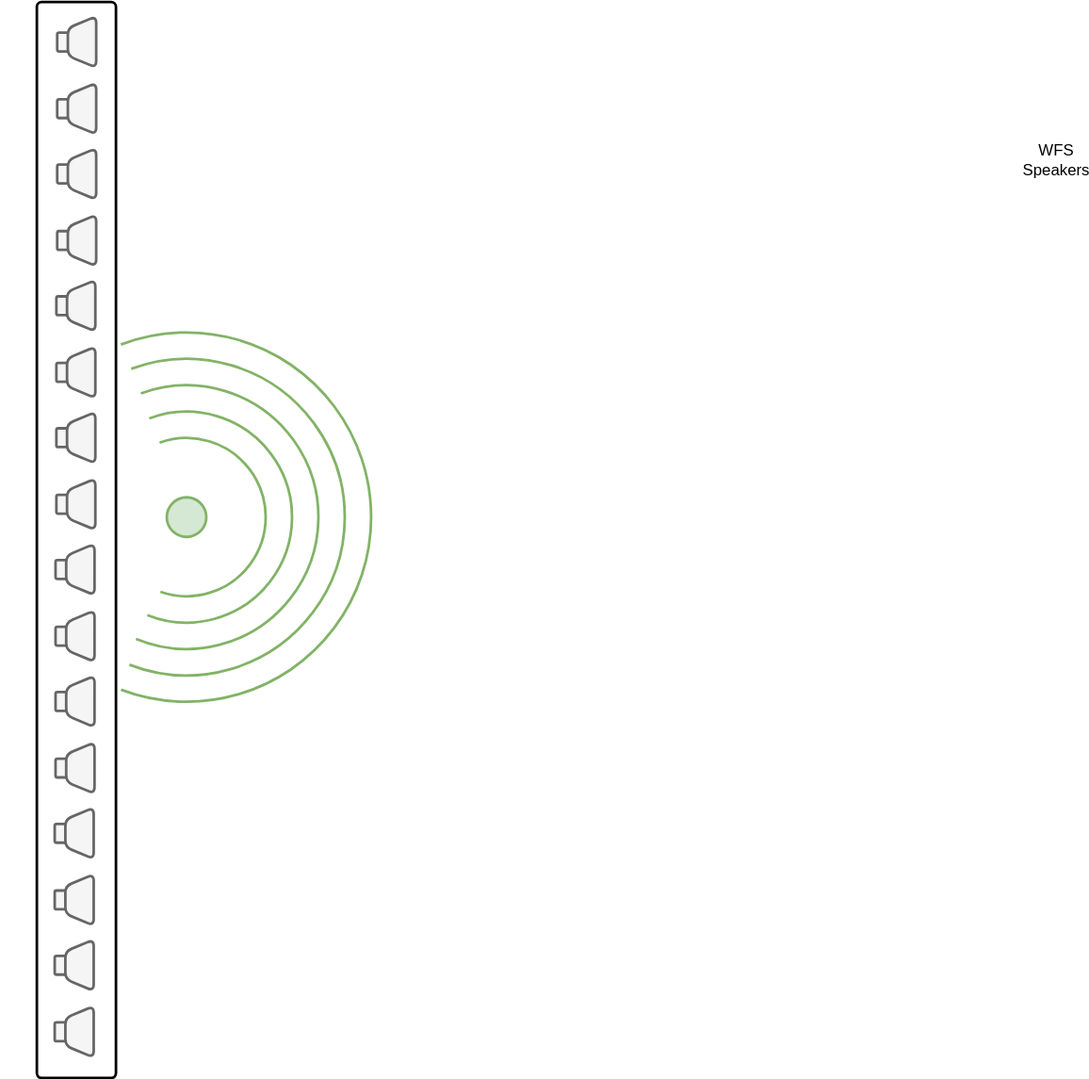
Above: Graphics/Untitled Diagram.svg in tu-studio/seamless-docs (draw.io), before the change. Source tidied: cells renumbered, new cells last; positions are measured from the earlier drawing's top-left corner, leaving out a move shared by most shapes.
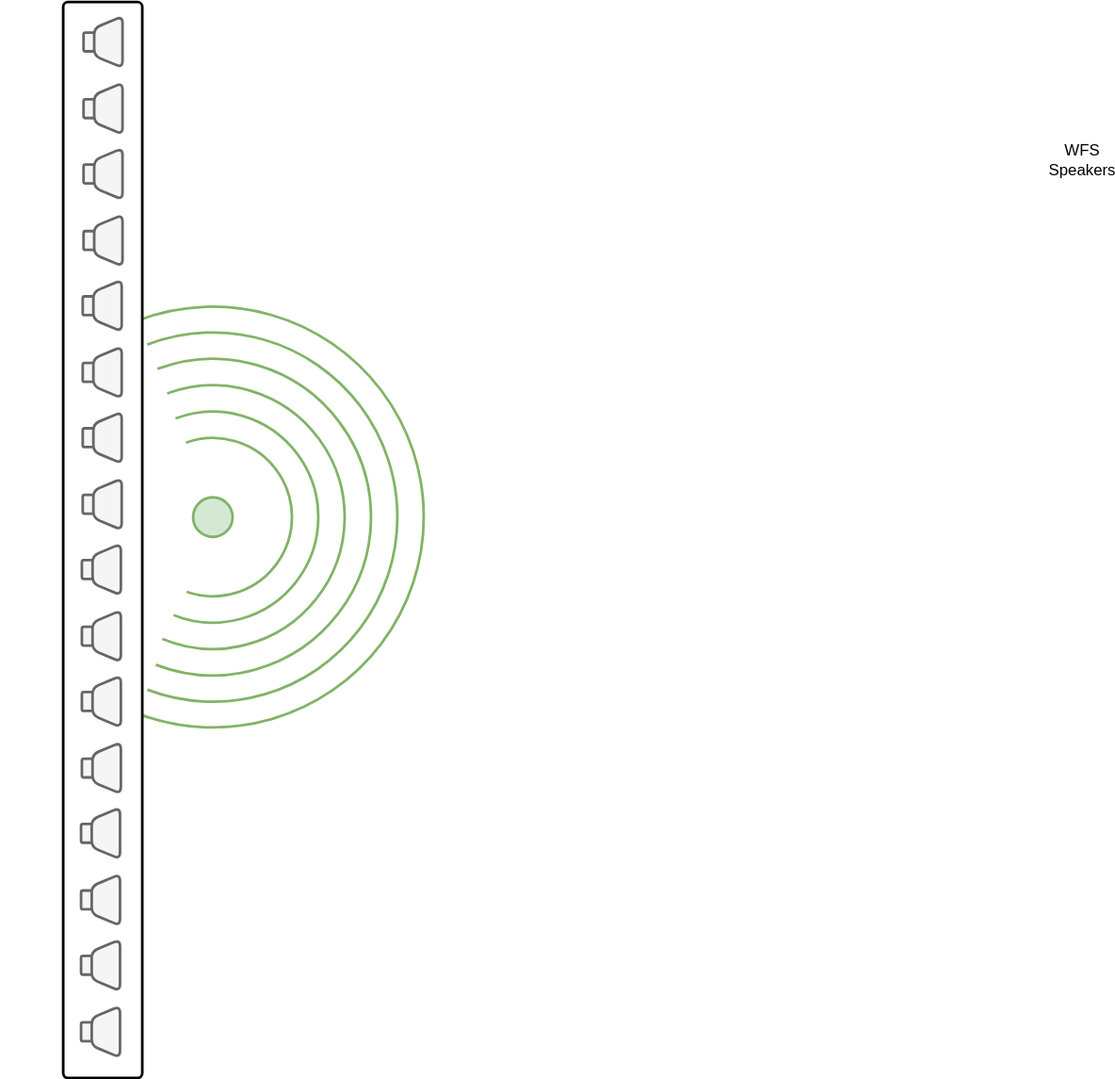
The same diagram one commit later.

The edit, as a diff of the source:
```diff
@@ -2,6 +2,9 @@
   <root>
     <mxCell id="0" />
     <mxCell id="1" parent="0" />
+    <mxCell id="58" style="verticalLabelPosition=bottom;verticalAlign=top;html=1;shape=mxgraph.basic.arc;startAngle=0.9421429005827588;endAngle=0.5577966417019755;strokeWidth=2;fillColor=#d5e8d4;strokeColor=#82b366;" parent="1" vertex="1">
+      <mxGeometry x="-20" y="231" width="320" height="319" as="geometry" />
+    </mxCell>
     <mxCell id="2" style="verticalLabelPosition=bottom;verticalAlign=top;html=1;shape=mxgraph.basic.arc;startAngle=0.9421429005827588;endAngle=0.5577966417019755;strokeWidth=2;fillColor=#d5e8d4;strokeColor=#82b366;" parent="1" vertex="1">
       <mxGeometry y="250.5" width="280" height="280" as="geometry" />
     </mxCell>
```
